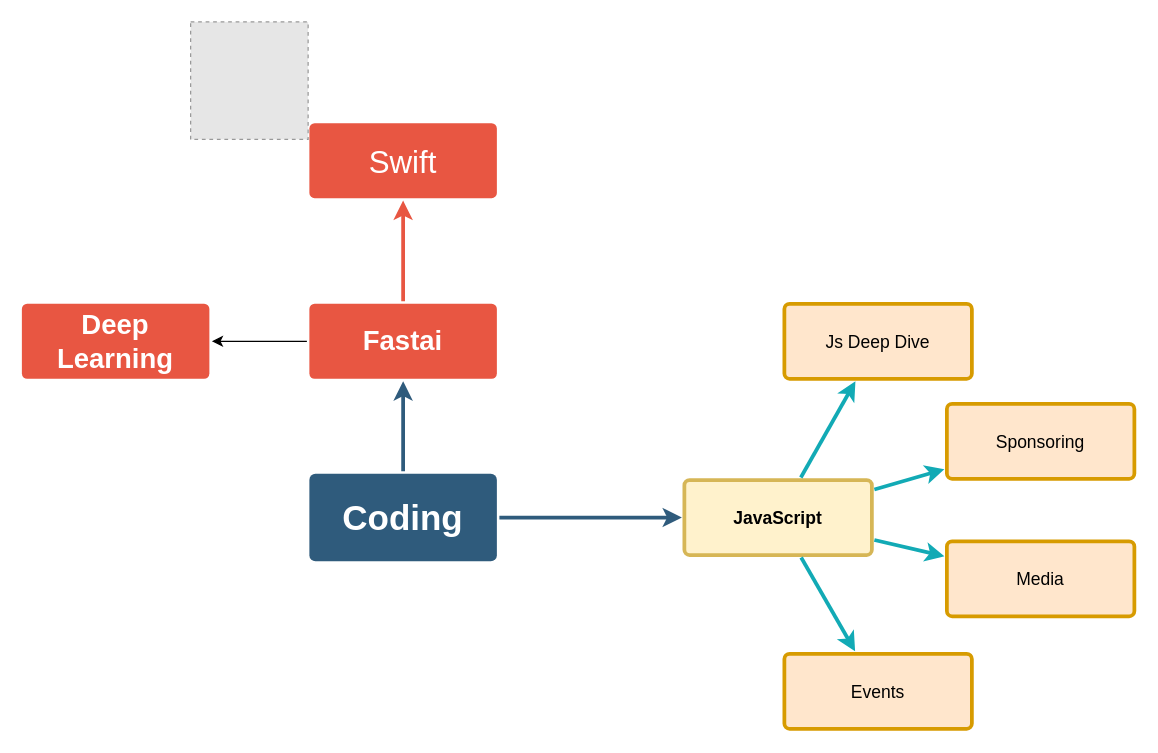
Above: Untitled Diagram.drawio in kaiyes/CodingPlans (draw.io), before the change. Source tidied: cells renumbered, new cells numbered last; positions are measured from the earlier drawing's top-left corner, leaving out a move shared by most shapes. Both pictures are drawn from the tidied source at 125%, with x=0, y=0 at pixel (21, 21). Pictures stored in the file or linked from it are replaced by grey dashed boxes.
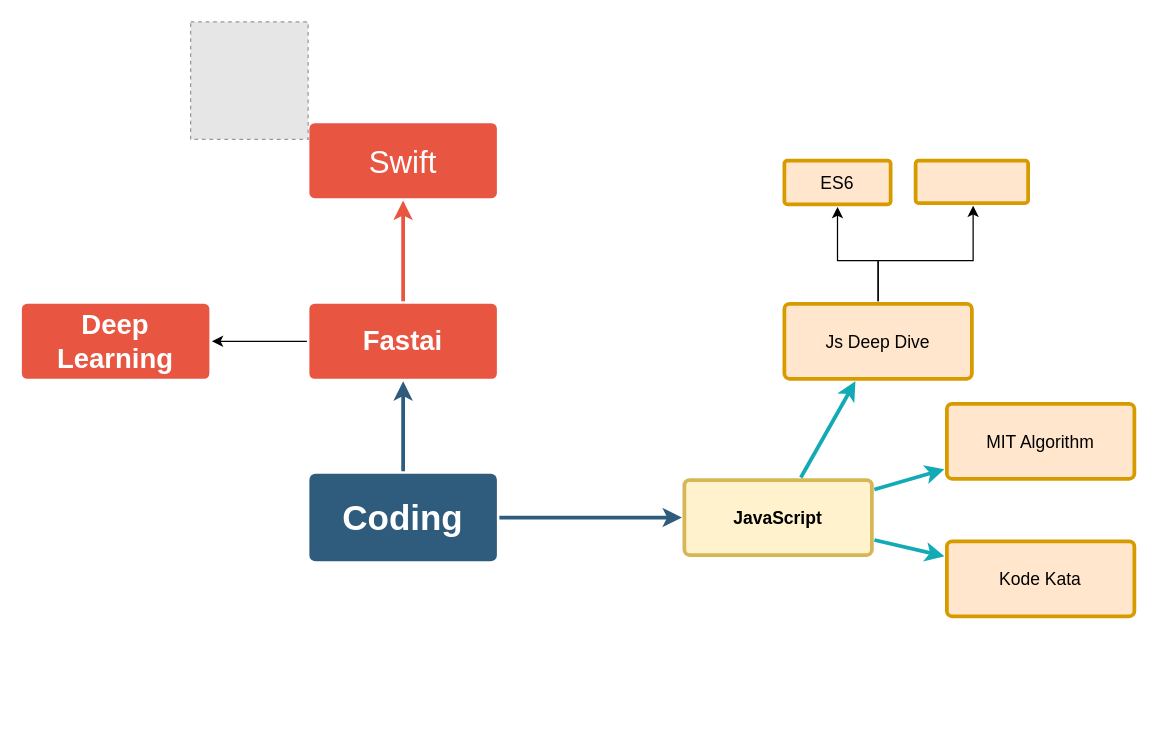
The same diagram, later.

The change refers to these unchanged cells:
```xml
<mxCell id="10" value="JavaScript" style="rounded=1;whiteSpace=wrap;html=1;shadow=0;labelBackgroundColor=none;strokeColor=#d6b656;strokeWidth=3;fillColor=#fff2cc;fontFamily=Helvetica;fontSize=14;align=center;spacing=5;fontStyle=1;arcSize=7;perimeterSpacing=2;" parent="1" vertex="1">
  <mxGeometry x="530" y="366.5" width="150" height="60" as="geometry" />
</mxCell>
<mxCell id="17" value="Js Deep Dive" style="rounded=1;whiteSpace=wrap;html=1;shadow=0;labelBackgroundColor=none;strokeColor=#d79b00;strokeWidth=3;fillColor=#ffe6cc;fontFamily=Helvetica;fontSize=14;align=center;spacing=5;fontStyle=0;arcSize=7;perimeterSpacing=2;" parent="1" vertex="1">
  <mxGeometry x="610" y="225.5" width="150" height="60" as="geometry" />
</mxCell>
```

Change to the diagram source:
```diff
@@
-    <mxCell id="11" value="Events" style="rounded=1;whiteSpace=wrap;html=1;shadow=0;labelBackgroundColor=none;strokeColor=#d79b00;strokeWidth=3;fillColor=#ffe6cc;fontFamily=Helvetica;fontSize=14;align=center;spacing=5;fontStyle=0;arcSize=7;perimeterSpacing=2;" parent="1" vertex="1">
-      <mxGeometry x="610" y="505.5" width="150" height="60" as="geometry" />
-    </mxCell>
-    <mxCell id="12" style="edgeStyle=none;rounded=1;jumpStyle=none;html=1;shadow=0;labelBackgroundColor=none;startArrow=none;startFill=0;jettySize=auto;strokeColor=#12AAB5;strokeWidth=3;fontFamily=Helvetica;fontSize=14;fontColor=#FFFFFF;spacing=5;fontStyle=1;fillColor=#b0e3e6;" parent="1" edge="1" source="10" target="11">
-      <mxGeometry relative="1" as="geometry" />
-    </mxCell>
-    <mxCell id="13" value="Media" style="rounded=1;whiteSpace=wrap;html=1;shadow=0;labelBackgroundColor=none;strokeColor=#d79b00;strokeWidth=3;fillColor=#ffe6cc;fontFamily=Helvetica;fontSize=14;align=center;spacing=5;fontStyle=0;arcSize=7;perimeterSpacing=2;" parent="1" vertex="1">
+    <mxCell id="13" value="Kode Kata" style="rounded=1;whiteSpace=wrap;html=1;shadow=0;labelBackgroundColor=none;strokeColor=#d79b00;strokeWidth=3;fillColor=#ffe6cc;fontFamily=Helvetica;fontSize=14;align=center;spacing=5;fontStyle=0;arcSize=7;perimeterSpacing=2;" parent="1" vertex="1">
       <mxGeometry x="740" y="415.5" width="150" height="60" as="geometry" />
     </mxCell>
@@
-    <mxCell id="15" value="Sponsoring" style="rounded=1;whiteSpace=wrap;html=1;shadow=0;labelBackgroundColor=none;strokeColor=#d79b00;strokeWidth=3;fillColor=#ffe6cc;fontFamily=Helvetica;fontSize=14;align=center;spacing=5;fontStyle=0;arcSize=7;perimeterSpacing=2;" parent="1" vertex="1">
+    <mxCell id="15" value="MIT Algorithm" style="rounded=1;whiteSpace=wrap;html=1;shadow=0;labelBackgroundColor=none;strokeColor=#d79b00;strokeWidth=3;fillColor=#ffe6cc;fontFamily=Helvetica;fontSize=14;align=center;spacing=5;fontStyle=0;arcSize=7;perimeterSpacing=2;" parent="1" vertex="1">
       <mxGeometry x="740" y="305.5" width="150" height="60" as="geometry" />
     </mxCell>
@@
+    <mxCell id="20" style="edgeStyle=orthogonalEdgeStyle;rounded=0;jettySize=auto;html=1;entryX=0.5;entryY=1;entryDx=0;entryDy=0;" parent="1" edge="1" source="17" target="23">
+      <mxGeometry relative="1" as="geometry">
+        <Array as="points">
+          <mxPoint x="685" y="191" />
+          <mxPoint x="652" y="191" />
+        </Array>
+      </mxGeometry>
+    </mxCell>
+    <mxCell id="21" style="edgeStyle=orthogonalEdgeStyle;rounded=0;jettySize=auto;html=1;" parent="1" edge="1" source="17" target="22">
+      <mxGeometry relative="1" as="geometry">
+        <Array as="points">
+          <mxPoint x="685" y="191" />
+          <mxPoint x="761" y="191" />
+        </Array>
+      </mxGeometry>
+    </mxCell>
@@
+    <mxCell id="22" style="rounded=1;whiteSpace=wrap;html=1;shadow=0;labelBackgroundColor=none;strokeColor=#d79b00;strokeWidth=3;fillColor=#ffe6cc;fontFamily=Helvetica;fontSize=14;align=center;spacing=5;fontStyle=0;arcSize=7;perimeterSpacing=2;" parent="1" vertex="1">
+      <mxGeometry x="715" y="111" width="90" height="34" as="geometry" />
+    </mxCell>
+    <mxCell id="23" value="ES6" style="rounded=1;whiteSpace=wrap;html=1;shadow=0;labelBackgroundColor=none;strokeColor=#d79b00;strokeWidth=3;fillColor=#ffe6cc;fontFamily=Helvetica;fontSize=14;align=center;spacing=5;fontStyle=0;arcSize=7;perimeterSpacing=2;" parent="1" vertex="1">
+      <mxGeometry x="610" y="111" width="85" height="35" as="geometry" />
+    </mxCell>
```
